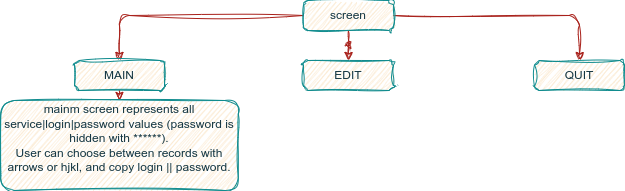
This is architecture.drawio.png from zedddie16/tRust, a draw.io export, as it was before one commit. Source tidied: cells renumbered, new cells last; positions are measured from the earlier drawing's top-left corner, leaving out a move shared by most shapes.
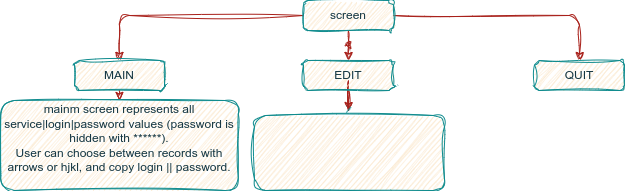
The same file after the commit.

The edit, as a diff of the source:
```diff
@@ -20,6 +20,9 @@
     <mxCell id="7" value="MAIN" style="rounded=1;whiteSpace=wrap;html=1;sketch=1;curveFitting=1;jiggle=2;labelBackgroundColor=none;fillColor=#FAE5C7;strokeColor=#0F8B8D;fontColor=#143642;" parent="1" vertex="1">
       <mxGeometry x="74" y="60" width="90" height="30" as="geometry" />
     </mxCell>
+    <mxCell id="11" style="edgeStyle=orthogonalEdgeStyle;rounded=0;sketch=1;hachureGap=4;jiggle=2;curveFitting=1;jettySize=auto;html=1;strokeColor=#A8201A;fontFamily=Architects Daughter;fontSource=https%3A%2F%2Ffonts.googleapis.com%2Fcss%3Ffamily%3DArchitects%2BDaughter;fontColor=#143642;fillColor=#FAE5C7;" parent="1" edge="1" source="8" target="12">
+      <mxGeometry relative="1" as="geometry" />
+    </mxCell>
     <mxCell id="8" value="EDIT" style="rounded=1;whiteSpace=wrap;html=1;sketch=1;curveFitting=1;jiggle=2;labelBackgroundColor=none;fillColor=#FAE5C7;strokeColor=#0F8B8D;fontColor=#143642;" parent="1" vertex="1">
       <mxGeometry x="303" y="60" width="90" height="30" as="geometry" />
     </mxCell>
@@ -29,5 +32,11 @@
     <mxCell id="10" value="mainm screen represents all service|login|password values (password is hidden with ******).&lt;div&gt;User can choose between records with arrows or hjkl, and copy login || password.&lt;/div&gt;&lt;div&gt;&lt;br&gt;&lt;/div&gt;" style="rounded=1;whiteSpace=wrap;html=1;sketch=1;curveFitting=1;jiggle=2;labelBackgroundColor=none;fillColor=#FAE5C7;strokeColor=#0F8B8D;fontColor=#143642;" parent="1" vertex="1">
       <mxGeometry x="0.2" y="100" width="237.5" height="90" as="geometry" />
     </mxCell>
+    <mxCell id="12" style="shape=waypoint;sketch=1;size=6;points=[];fillColor=#FAE5C7;perimeter=centerPerimeter;snapToPoint=1;strokeColor=#0F8B8D;fontColor=#143642;rounded=1;curveFitting=1;jiggle=2;labelBackgroundColor=none;" parent="1" vertex="1">
+      <mxGeometry x="338" y="100" width="20" height="20" as="geometry" />
+    </mxCell>
+    <mxCell id="13" style="rounded=1;whiteSpace=wrap;html=1;sketch=1;hachureGap=4;jiggle=2;curveFitting=1;strokeColor=#0F8B8D;fontFamily=Architects Daughter;fontSource=https%3A%2F%2Ffonts.googleapis.com%2Fcss%3Ffamily%3DArchitects%2BDaughter;fontColor=#143642;fillColor=#FAE5C7;" parent="1" vertex="1">
+      <mxGeometry x="254" y="115" width="190" height="75" as="geometry" />
+    </mxCell>
   </root>
 </mxGraphModel>
```
